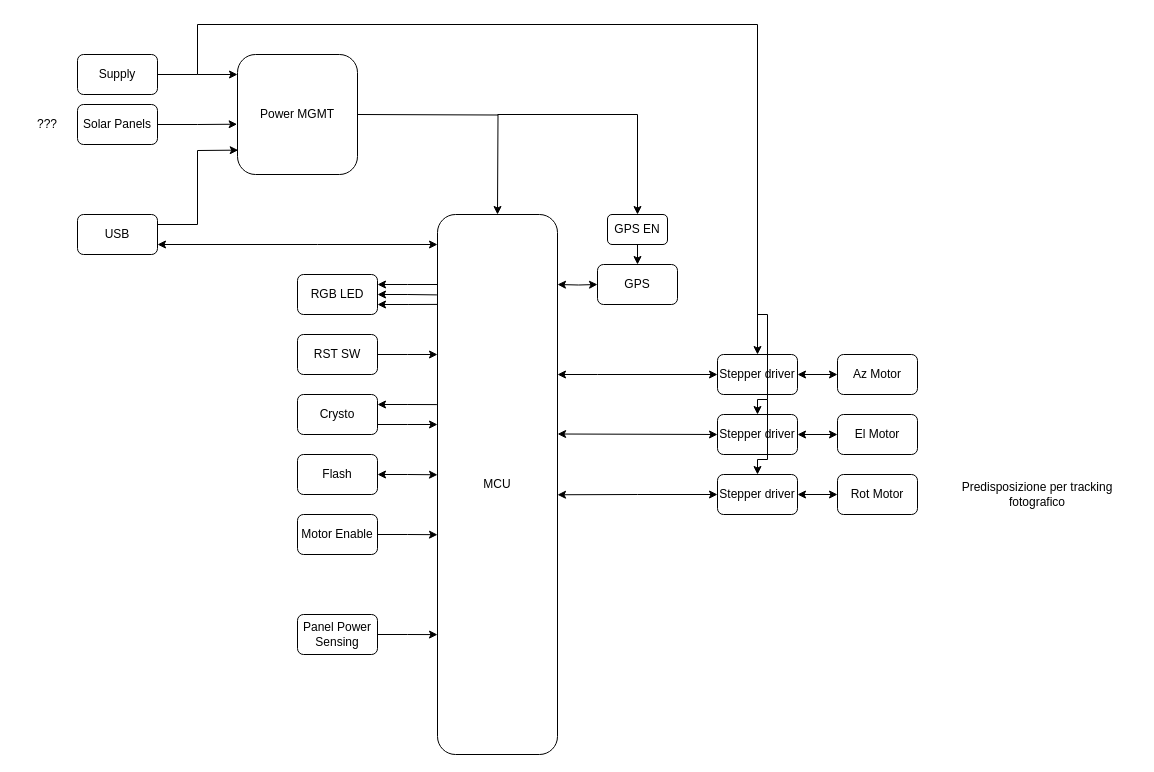
Above: hw-block-diagram.drawio in thomasnonis/ppse-2021 (draw.io), before the change. Source tidied: cells renumbered, new cells numbered last; positions are measured from the earlier drawing's top-left corner, leaving out a move shared by most shapes. Both pictures are drawn from the tidied source at 100%, with x=0, y=0 at pixel (17, 24).
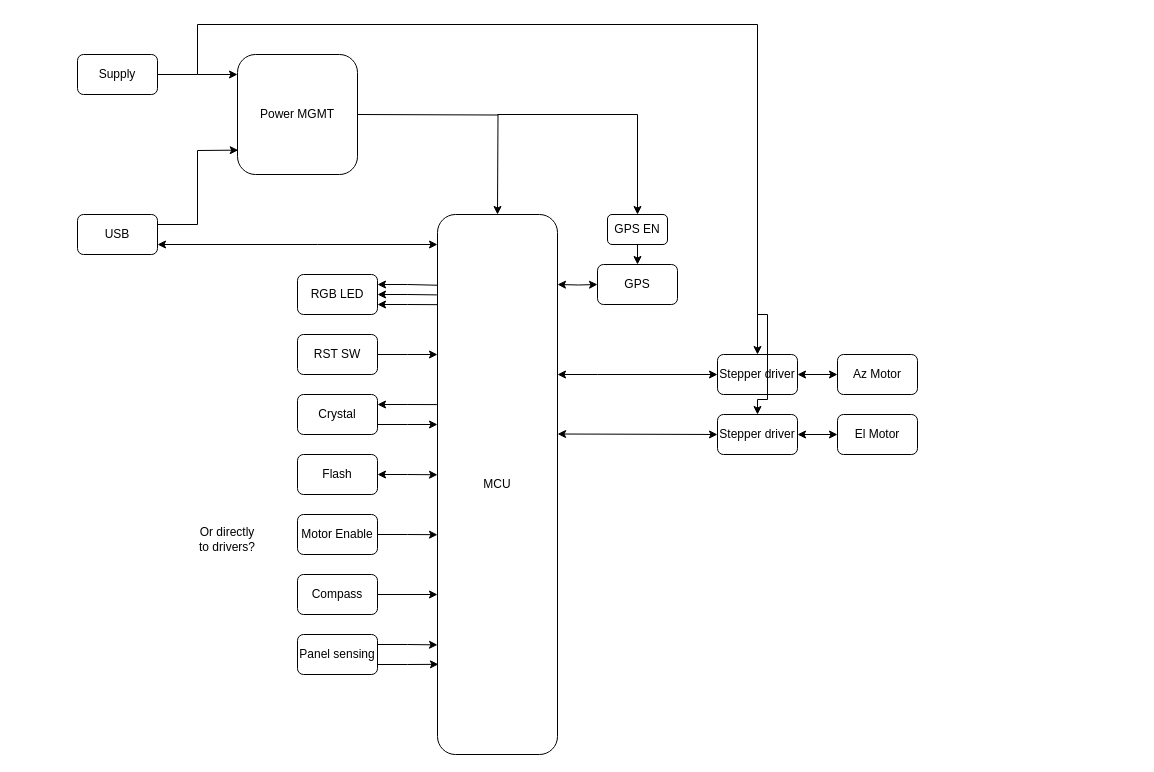
The same diagram, later.

Commit message:
hw: update block diagram

Unchanged cells that the change refers to:
```xml
<mxCell id="17" value="RGB LED" style="rounded=1;whiteSpace=wrap;html=1;" parent="1" vertex="1">
  <mxGeometry x="280" y="250" width="80" height="40" as="geometry" />
</mxCell>
<mxCell id="32" value="MCU" style="rounded=1;whiteSpace=wrap;html=1;" parent="1" vertex="1">
  <mxGeometry x="420" y="190" width="120" height="540" as="geometry" />
</mxCell>
<mxCell id="43" value="Power MGMT" style="rounded=1;whiteSpace=wrap;html=1;" parent="1" vertex="1">
  <mxGeometry x="220" y="30" width="120" height="120" as="geometry" />
</mxCell>
```

Diff of the diagram source:
```diff
@@
-    <mxCell id="14" style="edgeStyle=orthogonalEdgeStyle;rounded=0;jettySize=auto;html=1;exitX=1;exitY=0.25;exitDx=0;exitDy=0;entryX=0;entryY=0.25;entryDx=0;entryDy=0;startArrow=classic;startFill=1;endArrow=none;endFill=0;" parent="1" edge="1" source="17">
-      <mxGeometry relative="1" as="geometry">
-        <mxPoint x="420" y="260" as="targetPoint" />
-      </mxGeometry>
-    </mxCell>
-    <mxCell id="15" style="edgeStyle=orthogonalEdgeStyle;rounded=0;jettySize=auto;html=1;exitX=1;exitY=0.75;exitDx=0;exitDy=0;entryX=0.012;entryY=0.321;entryDx=0;entryDy=0;startArrow=classic;startFill=1;endArrow=none;endFill=0;entryPerimeter=0;" parent="1" edge="1" source="17">
-      <mxGeometry relative="1" as="geometry">
-        <mxPoint x="421.4" y="279.9" as="targetPoint" />
-      </mxGeometry>
-    </mxCell>
@@
+    <mxCell id="49" style="edgeStyle=orthogonalEdgeStyle;rounded=0;jettySize=auto;html=1;exitX=1;exitY=0.25;exitDx=0;exitDy=0;entryX=0;entryY=0.131;entryDx=0;entryDy=0;entryPerimeter=0;endArrow=none;endFill=0;startArrow=classic;startFill=1;" parent="1" edge="1" source="17" target="32">
+      <mxGeometry relative="1" as="geometry" />
+    </mxCell>
+    <mxCell id="50" style="edgeStyle=orthogonalEdgeStyle;rounded=0;jettySize=auto;html=1;exitX=1;exitY=0.75;exitDx=0;exitDy=0;entryX=0.01;entryY=0.167;entryDx=0;entryDy=0;entryPerimeter=0;endArrow=none;endFill=0;startArrow=classic;startFill=1;" parent="1" edge="1" source="17" target="32">
+      <mxGeometry relative="1" as="geometry" />
+    </mxCell>
@@
-    <mxCell id="22" value="Crysto" style="rounded=1;whiteSpace=wrap;html=1;" parent="1" vertex="1">
+    <mxCell id="22" value="Crystal" style="rounded=1;whiteSpace=wrap;html=1;" parent="1" vertex="1">
       <mxGeometry x="280" y="370" width="80" height="40" as="geometry" />
     </mxCell>
@@
-    <mxCell id="35" style="edgeStyle=orthogonalEdgeStyle;rounded=0;jettySize=auto;html=1;exitX=1;exitY=0.5;exitDx=0;exitDy=0;entryX=0;entryY=0.5;entryDx=0;entryDy=0;startArrow=classic;startFill=1;endArrow=classic;endFill=1;" parent="1" edge="1" source="37" target="38">
-      <mxGeometry relative="1" as="geometry" />
-    </mxCell>
-    <mxCell id="36" style="edgeStyle=orthogonalEdgeStyle;rounded=0;jettySize=auto;html=1;exitX=0;exitY=0.5;exitDx=0;exitDy=0;entryX=1;entryY=0.519;entryDx=0;entryDy=0;entryPerimeter=0;startArrow=classic;startFill=1;endArrow=classic;endFill=1;" parent="1" edge="1" source="37" target="32">
-      <mxGeometry relative="1" as="geometry" />
-    </mxCell>
-    <mxCell id="37" value="Stepper driver" style="rounded=1;whiteSpace=wrap;html=1;" parent="1" vertex="1">
-      <mxGeometry x="700" y="450" width="80" height="40" as="geometry" />
-    </mxCell>
-    <mxCell id="38" value="Rot Motor" style="rounded=1;whiteSpace=wrap;html=1;" parent="1" vertex="1">
-      <mxGeometry x="820" y="450" width="80" height="40" as="geometry" />
-    </mxCell>
-    <mxCell id="39" style="edgeStyle=orthogonalEdgeStyle;rounded=0;orthogonalLoop=1;jettySize=auto;html=1;exitX=0.5;exitY=0;exitDx=0;exitDy=0;startArrow=classic;startFill=1;endArrow=none;endFill=0;" parent="1" edge="1">
-      <mxGeometry relative="1" as="geometry">
-        <mxPoint x="740" y="450" as="sourcePoint" />
-        <mxPoint x="750" y="375" as="targetPoint" />
-        <Array as="points">
-          <mxPoint x="740" y="435" />
-          <mxPoint x="750" y="435" />
-        </Array>
-      </mxGeometry>
-    </mxCell>
-    <mxCell id="40" value="Predisposizione per tracking fotografico" style="text;html=1;strokeColor=none;fillColor=none;align=center;verticalAlign=middle;whiteSpace=wrap;rounded=0;" parent="1" vertex="1">
-      <mxGeometry x="920" y="455" width="200" height="30" as="geometry" />
-    </mxCell>
@@
-    <mxCell id="44" style="edgeStyle=orthogonalEdgeStyle;rounded=0;jettySize=auto;html=1;exitX=1;exitY=0.5;exitDx=0;exitDy=0;entryX=-0.003;entryY=0.581;entryDx=0;entryDy=0;entryPerimeter=0;startArrow=none;startFill=0;endArrow=classic;endFill=1;" parent="1" edge="1" source="45" target="43">
-      <mxGeometry relative="1" as="geometry" />
-    </mxCell>
-    <mxCell id="45" value="Solar Panels" style="rounded=1;whiteSpace=wrap;html=1;" parent="1" vertex="1">
-      <mxGeometry x="60" y="80" width="80" height="40" as="geometry" />
-    </mxCell>
-    <mxCell id="46" value="???" style="text;html=1;strokeColor=none;fillColor=none;align=center;verticalAlign=middle;whiteSpace=wrap;rounded=0;" parent="1" vertex="1">
-      <mxGeometry y="85" width="60" height="30" as="geometry" />
-    </mxCell>
-    <mxCell id="47" style="edgeStyle=orthogonalEdgeStyle;rounded=0;jettySize=auto;html=1;exitX=1;exitY=0.5;exitDx=0;exitDy=0;entryX=0;entryY=0.778;entryDx=0;entryDy=0;entryPerimeter=0;" parent="1" edge="1" source="48" target="32">
-      <mxGeometry relative="1" as="geometry" />
-    </mxCell>
-    <mxCell id="48" value="Panel Power Sensing" style="rounded=1;whiteSpace=wrap;html=1;" parent="1" vertex="1">
-      <mxGeometry x="280" y="590" width="80" height="40" as="geometry" />
-    </mxCell>
+    <mxCell id="51" value="Or directly to drivers?" style="text;html=1;strokeColor=none;fillColor=none;align=center;verticalAlign=middle;whiteSpace=wrap;rounded=0;" parent="1" vertex="1">
+      <mxGeometry x="180" y="500" width="60" height="30" as="geometry" />
+    </mxCell>
+    <mxCell id="52" style="edgeStyle=orthogonalEdgeStyle;rounded=0;jettySize=auto;html=1;exitX=1;exitY=0.5;exitDx=0;exitDy=0;" parent="1" edge="1" source="53">
+      <mxGeometry relative="1" as="geometry">
+        <mxPoint x="420" y="570" as="targetPoint" />
+        <Array as="points">
+          <mxPoint x="420" y="570" />
+        </Array>
+      </mxGeometry>
+    </mxCell>
+    <mxCell id="53" value="Compass" style="rounded=1;whiteSpace=wrap;html=1;" parent="1" vertex="1">
+      <mxGeometry x="280" y="550" width="80" height="40" as="geometry" />
+    </mxCell>
+    <mxCell id="54" style="edgeStyle=orthogonalEdgeStyle;rounded=0;jettySize=auto;html=1;exitX=1;exitY=0.75;exitDx=0;exitDy=0;entryX=0.008;entryY=0.833;entryDx=0;entryDy=0;entryPerimeter=0;startArrow=none;startFill=0;endArrow=classic;endFill=1;" parent="1" edge="1" source="56" target="32">
+      <mxGeometry relative="1" as="geometry" />
+    </mxCell>
+    <mxCell id="55" style="edgeStyle=orthogonalEdgeStyle;rounded=0;jettySize=auto;html=1;exitX=1;exitY=0.25;exitDx=0;exitDy=0;entryX=0;entryY=0.797;entryDx=0;entryDy=0;entryPerimeter=0;startArrow=none;startFill=0;endArrow=classic;endFill=1;" parent="1" edge="1" source="56" target="32">
+      <mxGeometry relative="1" as="geometry" />
+    </mxCell>
+    <mxCell id="56" value="Panel sensing" style="rounded=1;whiteSpace=wrap;html=1;" parent="1" vertex="1">
+      <mxGeometry x="280" y="610" width="80" height="40" as="geometry" />
+    </mxCell>
```
